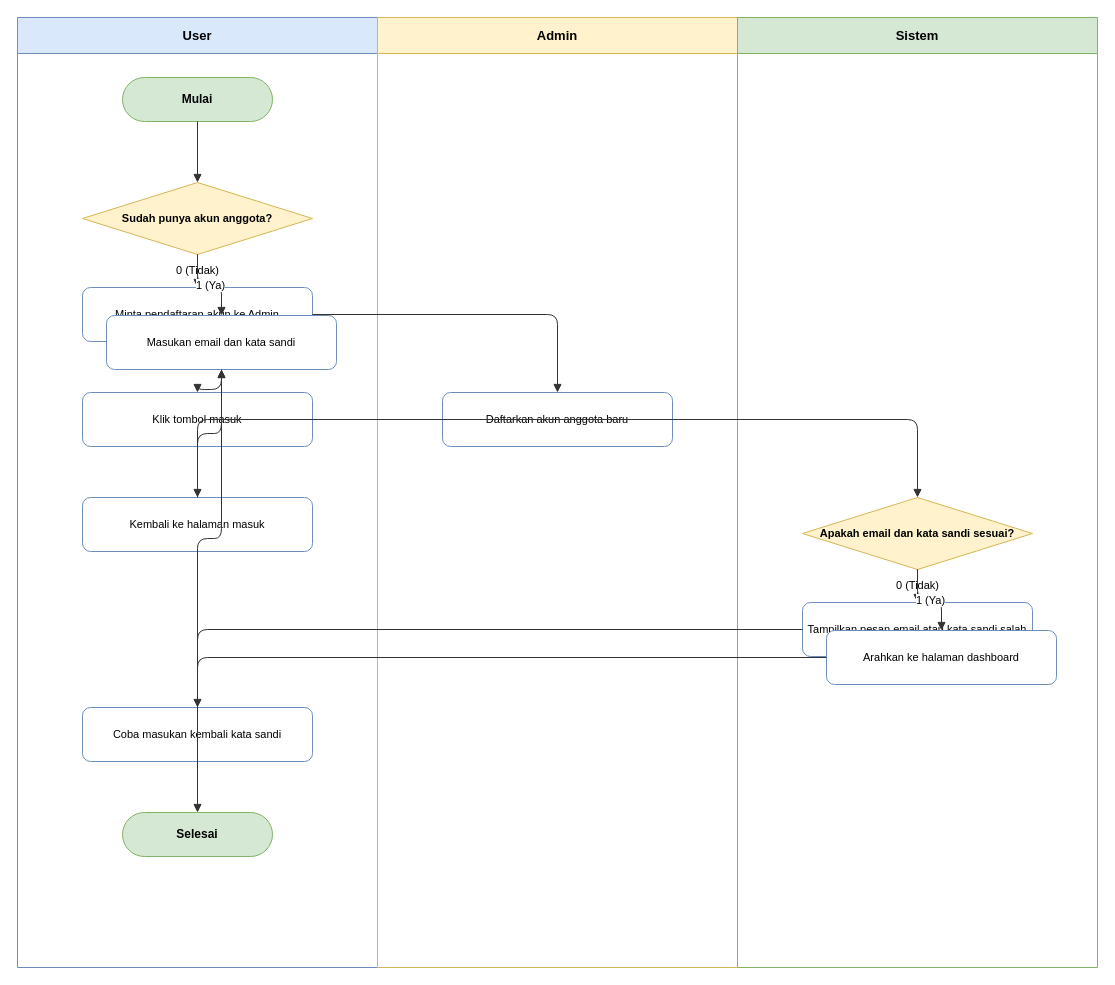
dimstyle/ruang-baca keeps this draw.io diagram as docs/diagrams/activity/activity-login.drawio. Above is the earlier version. Source tidied: cells renumbered, new cells numbered last; positions are measured from the earlier drawing's top-left corner, leaving out a move shared by most shapes. Both pictures are drawn from the tidied source at 100%, with x=0, y=0 at pixel (17, 17).
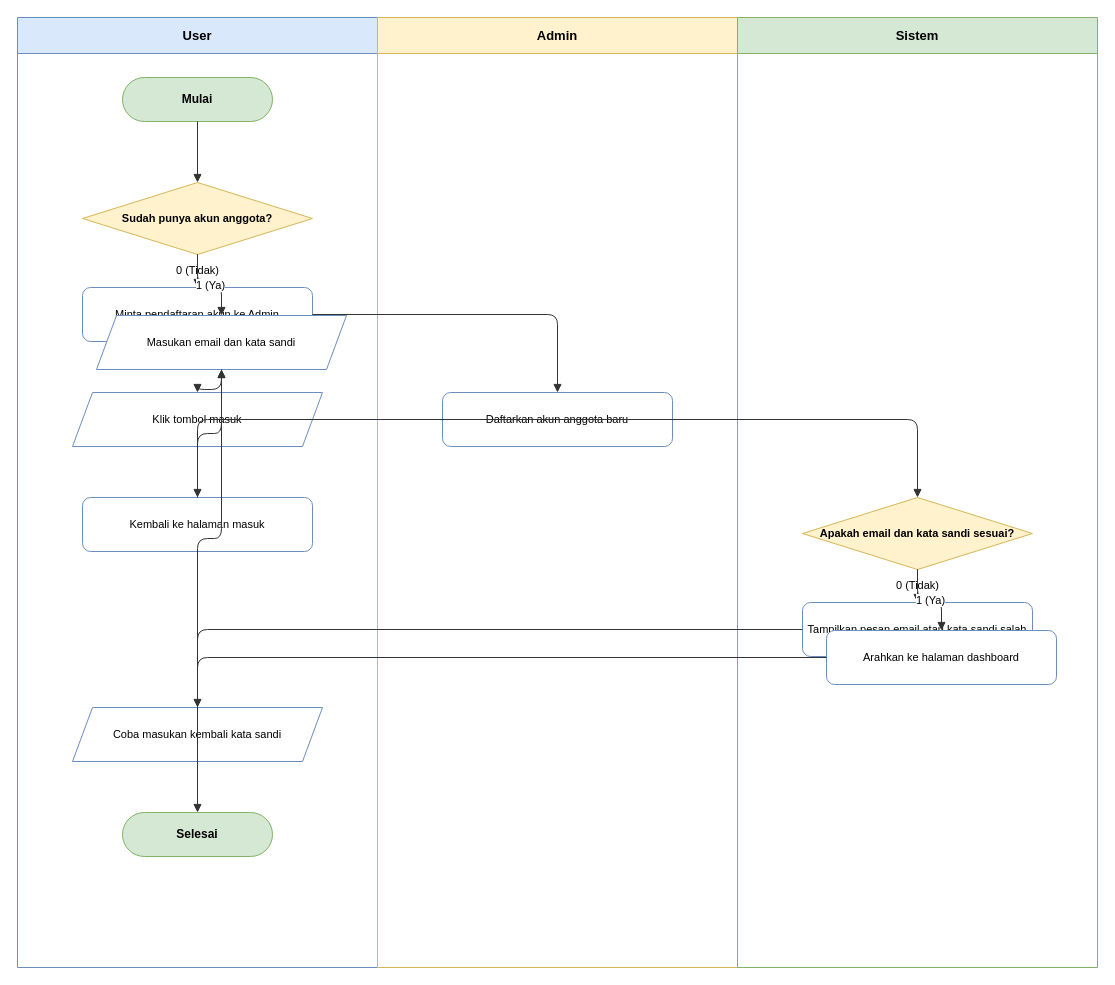
The same page after the edit.

The change refers to these unchanged cells:
```xml
<mxCell id="2" value="User" style="swimlane;whiteSpace=wrap;html=1;startSize=36;fillColor=#dae8fc;strokeColor=#6c8ebf;fontStyle=1;fontSize=13;" parent="1" vertex="1">
  <mxGeometry width="360" height="950" as="geometry" />
</mxCell>
```

What changed in the source:
```diff
@@
-    <mxCell id="9" value="Masukan email dan kata sandi" style="rounded=1;whiteSpace=wrap;html=1;fillColor=#ffffff;strokeColor=#6c8ebf;fontSize=11;" parent="2" vertex="1">
-      <mxGeometry x="89" y="298" width="230" height="54" as="geometry" />
+    <mxCell id="9" value="Masukan email dan kata sandi" style="shape=parallelogram;perimeter=parallelogramPerimeter;whiteSpace=wrap;html=1;fixedSize=1;fillColor=#ffffff;strokeColor=#6c8ebf;fontSize=11;" parent="2" vertex="1">
+      <mxGeometry x="79" y="298" width="250" height="54" as="geometry" />
     </mxCell>
-    <mxCell id="10" value="Klik tombol masuk" style="rounded=1;whiteSpace=wrap;html=1;fillColor=#ffffff;strokeColor=#6c8ebf;fontSize=11;" parent="2" vertex="1">
-      <mxGeometry x="65" y="375" width="230" height="54" as="geometry" />
+    <mxCell id="10" value="Klik tombol masuk" style="shape=parallelogram;perimeter=parallelogramPerimeter;whiteSpace=wrap;html=1;fixedSize=1;fillColor=#ffffff;strokeColor=#6c8ebf;fontSize=11;" parent="2" vertex="1">
+      <mxGeometry x="55" y="375" width="250" height="54" as="geometry" />
     </mxCell>
-    <mxCell id="11" value="Coba masukan kembali kata sandi" style="rounded=1;whiteSpace=wrap;html=1;fillColor=#ffffff;strokeColor=#6c8ebf;fontSize=11;" parent="2" vertex="1">
-      <mxGeometry x="65" y="690" width="230" height="54" as="geometry" />
+    <mxCell id="11" value="Coba masukan kembali kata sandi" style="shape=parallelogram;perimeter=parallelogramPerimeter;whiteSpace=wrap;html=1;fixedSize=1;fillColor=#ffffff;strokeColor=#6c8ebf;fontSize=11;" parent="2" vertex="1">
+      <mxGeometry x="55" y="690" width="250" height="54" as="geometry" />
     </mxCell>
```
